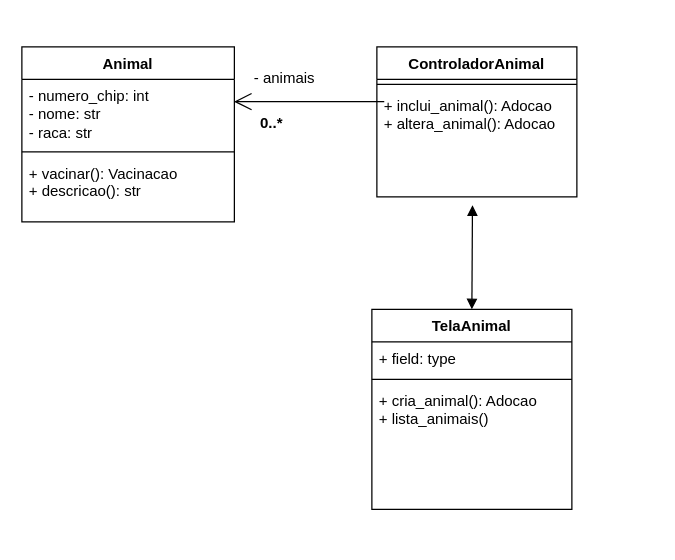
ChrisBarlera/Trabalho-DSOO1 keeps this draw.io diagram as OngMVC.drawio. Above is the earlier version. Source tidied: cells renumbered, new cells numbered last; positions are measured from the earlier drawing's top-left corner, leaving out a move shared by most shapes. Both pictures are drawn from the tidied source at 125%, with x=0, y=0 at pixel (21, 46).
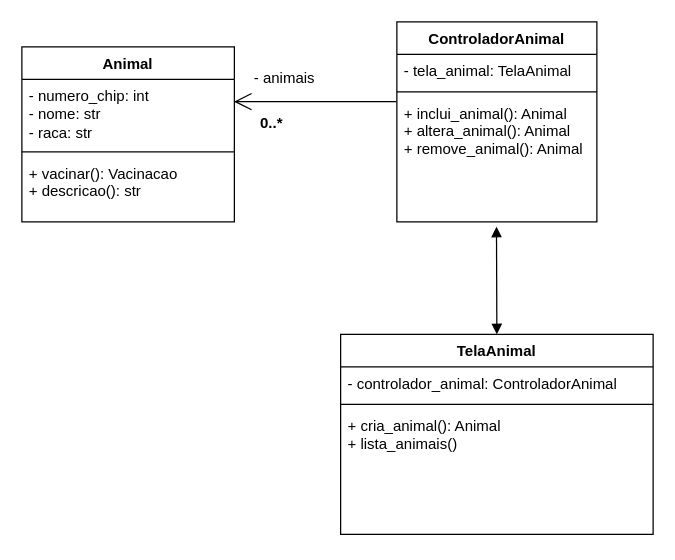
The same page after the edit.

Commit message:
Desenvolvendo MVC

What changed in the source:
```diff
@@
 <mxGraphModel>
   <root>
     <mxCell id="0" />
     <mxCell id="1" parent="0" />
-    <mxCell id="2" value="ControladorAnimal" style="swimlane;fontStyle=1;align=center;verticalAlign=top;horizontal=1;startSize=26;" parent="1" vertex="1">
-      <mxGeometry x="284" width="160" height="120" as="geometry" />
-    </mxCell>
-    <mxCell id="3" style="line;strokeWidth=1;fillColor=none;align=left;verticalAlign=middle;spacingTop=-1;spacingLeft=3;spacingRight=3;labelPosition=right;strokeColor=inherit;" parent="2" vertex="1">
-      <mxGeometry y="26" width="160" height="8" as="geometry" />
-    </mxCell>
-    <mxCell id="4" value="+ inclui_animal(): Adocao&#10;+ altera_animal(): Adocao" style="text;strokeColor=none;fillColor=none;align=left;verticalAlign=top;spacingLeft=4;spacingRight=4;overflow=hidden;points=[[0,0.5],[1,0.5]];portConstraint=eastwest;" parent="2" vertex="1">
-      <mxGeometry y="34" width="160" height="86" as="geometry" />
-    </mxCell>
     <mxCell id="5" value="TelaAnimal" style="swimlane;fontStyle=1;align=center;verticalAlign=top;horizontal=1;startSize=26;" parent="1" vertex="1">
-      <mxGeometry x="280" y="210" width="160" height="160" as="geometry" />
+      <mxGeometry x="255" y="230" width="250" height="160" as="geometry" />
     </mxCell>
-    <mxCell id="6" value="+ field: type" style="text;strokeColor=none;fillColor=none;align=left;verticalAlign=top;spacingLeft=4;spacingRight=4;overflow=hidden;" parent="5" vertex="1">
-      <mxGeometry y="26" width="160" height="26" as="geometry" />
+    <mxCell id="6" value="- controlador_animal: ControladorAnimal" style="text;strokeColor=none;fillColor=none;align=left;verticalAlign=top;spacingLeft=4;spacingRight=4;overflow=hidden;" parent="5" vertex="1">
+      <mxGeometry y="26" width="250" height="26" as="geometry" />
     </mxCell>
     <mxCell id="7" style="line;strokeWidth=1;fillColor=none;align=left;verticalAlign=middle;spacingTop=-1;spacingLeft=3;spacingRight=3;labelPosition=right;strokeColor=inherit;" parent="5" vertex="1">
-      <mxGeometry y="52" width="160" height="8" as="geometry" />
+      <mxGeometry y="52" width="250" height="8" as="geometry" />
     </mxCell>
-    <mxCell id="8" value="+ cria_animal(): Adocao&#10;+ lista_animais()" style="text;strokeColor=none;fillColor=none;align=left;verticalAlign=top;spacingLeft=4;spacingRight=4;overflow=hidden;" parent="5" vertex="1">
-      <mxGeometry y="60" width="160" height="100" as="geometry" />
+    <mxCell id="8" value="+ cria_animal(): Animal&#10;+ lista_animais()" style="text;strokeColor=none;fillColor=none;align=left;verticalAlign=top;spacingLeft=4;spacingRight=4;overflow=hidden;" parent="5" vertex="1">
+      <mxGeometry y="60" width="250" height="100" as="geometry" />
     </mxCell>
     <mxCell id="9" value="Animal" style="swimlane;fontStyle=1;align=center;verticalAlign=top;horizontal=1;startSize=26;whiteSpace=wrap;html=1;" parent="1" vertex="1">
       <mxGeometry width="170" height="140" as="geometry" />
     </mxCell>
     <mxCell id="10" value="- numero_chip: int&lt;br&gt;- nome: str&lt;br&gt;&lt;div&gt;- raca: str&lt;/div&gt;" style="text;strokeColor=none;fillColor=none;align=left;verticalAlign=top;spacingLeft=4;spacingRight=4;overflow=hidden;points=[[0,0.5],[1,0.5]];portConstraint=eastwest;whiteSpace=wrap;html=1;" parent="9" vertex="1">
       <mxGeometry y="26" width="170" height="54" as="geometry" />
     </mxCell>
     <mxCell id="11" style="line;strokeWidth=1;fillColor=none;align=left;verticalAlign=middle;spacingTop=-1;spacingLeft=3;spacingRight=3;labelPosition=right;strokeColor=inherit;" parent="9" vertex="1">
       <mxGeometry y="80" width="170" height="8" as="geometry" />
     </mxCell>
     <mxCell id="12" value="+ vacinar(): Vacinacao&lt;div&gt;+ descricao(): str&lt;/div&gt;" style="text;strokeColor=none;fillColor=none;align=left;verticalAlign=top;spacingLeft=4;spacingRight=4;overflow=hidden;whiteSpace=wrap;html=1;" parent="9" vertex="1">
       <mxGeometry y="88" width="170" height="52" as="geometry" />
     </mxCell>
-    <mxCell id="13" style="endArrow=open;endFill=1;endSize=12;html=1;entryX=0.998;entryY=0.33;entryDx=0;entryDy=0;entryPerimeter=0;exitX=0.037;exitY=0.685;exitDx=0;exitDy=0;exitPerimeter=0;" parent="1" edge="1" target="10">
-      <mxGeometry relative="1" as="geometry">
-        <mxPoint x="289.9" y="43.8" as="sourcePoint" />
-      </mxGeometry>
+    <mxCell id="13" style="endArrow=open;endFill=1;endSize=12;html=1;entryX=0.998;entryY=0.33;entryDx=0;entryDy=0;entryPerimeter=0;exitX=-0.002;exitY=0.038;exitDx=0;exitDy=0;exitPerimeter=0;" parent="1" edge="1" source="19" target="10">
+      <mxGeometry relative="1" as="geometry" />
     </mxCell>
     <mxCell id="14" value="- animais" style="text;strokeColor=none;fillColor=none;align=left;verticalAlign=top;spacingLeft=4;spacingRight=4;overflow=hidden;" parent="1" vertex="1">
       <mxGeometry x="180" y="11" width="75" height="26" as="geometry" />
     </mxCell>
     <mxCell id="15" value="0..*" style="text;align=center;fontStyle=1;verticalAlign=middle;spacingLeft=3;spacingRight=3;strokeColor=none;" parent="1" vertex="1">
       <mxGeometry x="160" y="47" width="80" height="26" as="geometry" />
     </mxCell>
-    <mxCell id="16" style="endArrow=block;startArrow=block;endFill=1;startFill=1;html=1;exitX=0.478;exitY=1.077;exitDx=0;exitDy=0;exitPerimeter=0;entryX=0.5;entryY=0;entryDx=0;entryDy=0;" parent="1" edge="1" source="4" target="5">
-      <mxGeometry relative="1" as="geometry" />
-    </mxCell>
+    <mxCell id="2" value="ControladorAnimal" style="swimlane;fontStyle=1;align=center;verticalAlign=top;horizontal=1;startSize=26;" parent="1" vertex="1">
+      <mxGeometry x="300" y="-20" width="160" height="160" as="geometry" />
+    </mxCell>
+    <mxCell id="17" value="- tela_animal: TelaAnimal" style="text;strokeColor=none;fillColor=none;align=left;verticalAlign=top;spacingLeft=4;spacingRight=4;overflow=hidden;" parent="2" vertex="1">
+      <mxGeometry y="26" width="160" height="26" as="geometry" />
+    </mxCell>
+    <mxCell id="18" style="line;strokeWidth=1;fillColor=none;align=left;verticalAlign=middle;spacingTop=-1;spacingLeft=3;spacingRight=3;labelPosition=right;strokeColor=inherit;" parent="2" vertex="1">
+      <mxGeometry y="52" width="160" height="8" as="geometry" />
+    </mxCell>
+    <mxCell id="19" value="+ inclui_animal(): Animal&#10;+ altera_animal(): Animal&#10;+ remove_animal(): Animal" style="text;strokeColor=none;fillColor=none;align=left;verticalAlign=top;spacingLeft=4;spacingRight=4;overflow=hidden;points=[[0,0.5],[1,0.5]];portConstraint=eastwest;" parent="2" vertex="1">
+      <mxGeometry y="60" width="160" height="100" as="geometry" />
+    </mxCell>
+    <mxCell id="20" style="endArrow=block;startArrow=block;endFill=1;startFill=1;html=1;entryX=0.498;entryY=1.038;entryDx=0;entryDy=0;entryPerimeter=0;exitX=0.5;exitY=0;exitDx=0;exitDy=0;" parent="1" edge="1" source="5" target="19">
+      <mxGeometry relative="1" as="geometry" />
+    </mxCell>
   </root>
 </mxGraphModel>
```
